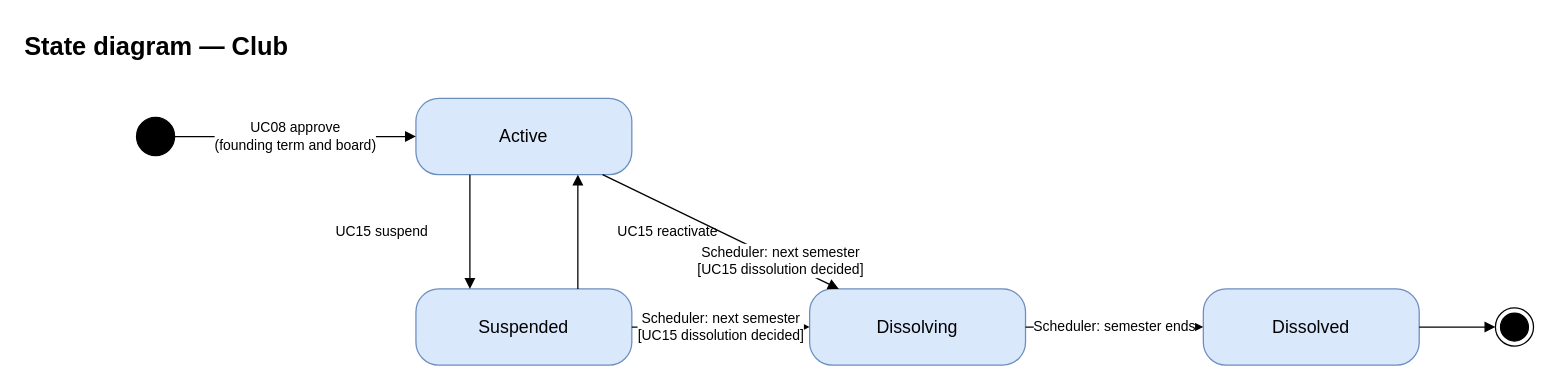
nvdekay/ClubManagementSystem keeps this draw.io diagram as page "Club" (2 of 9) of docs/03-diagrams/UCMS_State_Diagrams.drawio. Above is the earlier version. Source tidied: cells renumbered, new cells numbered last; positions are measured from the earlier drawing's top-left corner, leaving out a move shared by most shapes. Both pictures are drawn from the tidied source at 127%, with x=0, y=0 at pixel (22, 22).
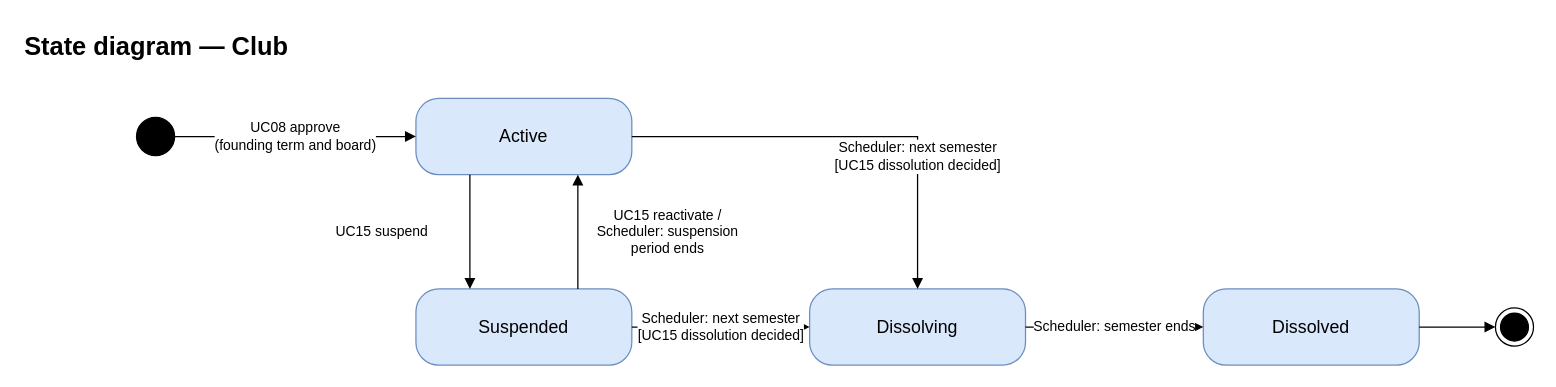
The same page after the edit.

The edit, as a diff of the source:
```diff
@@
 <mxGraphModel background="#ffffff">
   <root>
     <mxCell id="0" />
     <mxCell id="1" parent="0" />
     <mxCell id="2" value="State diagram — Club" style="text;html=1;fontSize=20;fontStyle=1;" parent="1" vertex="1">
       <mxGeometry width="600" height="30" as="geometry" />
     </mxCell>
     <mxCell id="3" value="Active" style="rounded=1;arcSize=30;whiteSpace=wrap;html=1;fillColor=#dae8fc;strokeColor=#6c8ebf;fontSize=14;" parent="1" vertex="1">
       <mxGeometry x="310" y="60" width="170" height="60" as="geometry" />
     </mxCell>
     <mxCell id="4" value="Suspended" style="rounded=1;arcSize=30;whiteSpace=wrap;html=1;fillColor=#dae8fc;strokeColor=#6c8ebf;fontSize=14;" parent="1" vertex="1">
       <mxGeometry x="310" y="210" width="170" height="60" as="geometry" />
     </mxCell>
     <mxCell id="5" value="Dissolving" style="rounded=1;arcSize=30;whiteSpace=wrap;html=1;fillColor=#dae8fc;strokeColor=#6c8ebf;fontSize=14;" parent="1" vertex="1">
       <mxGeometry x="620" y="210" width="170" height="60" as="geometry" />
     </mxCell>
     <mxCell id="6" value="Dissolved" style="rounded=1;arcSize=30;whiteSpace=wrap;html=1;fillColor=#dae8fc;strokeColor=#6c8ebf;fontSize=14;" parent="1" vertex="1">
       <mxGeometry x="930" y="210" width="170" height="60" as="geometry" />
     </mxCell>
     <mxCell id="7" style="ellipse;html=1;fillColor=#000000;strokeColor=#000000;" parent="1" vertex="1">
       <mxGeometry x="90" y="75" width="30" height="30" as="geometry" />
     </mxCell>
     <mxCell id="8" value="UC08 approve&lt;br&gt;(founding term and board)" style="endArrow=block;endFill=1;html=1;rounded=0;fontSize=11;labelBackgroundColor=#ffffff;" parent="1" edge="1" source="7" target="3">
       <mxGeometry relative="1" as="geometry" />
     </mxCell>
     <mxCell id="9" style="ellipse;html=1;shape=endState;fillColor=#000000;strokeColor=#000000;" parent="1" vertex="1">
       <mxGeometry x="1160" y="225" width="30" height="30" as="geometry" />
     </mxCell>
     <mxCell id="10" style="endArrow=block;endFill=1;html=1;rounded=0;fontSize=11;labelBackgroundColor=#ffffff;" parent="1" edge="1" source="6" target="9">
       <mxGeometry relative="1" as="geometry" />
     </mxCell>
     <mxCell id="11" value="UC15 suspend" style="endArrow=block;endFill=1;html=1;rounded=0;fontSize=11;labelBackgroundColor=#ffffff;exitX=0.25;exitY=1;entryX=0.25;entryY=0;" parent="1" edge="1" source="3" target="4">
       <mxGeometry relative="1" as="geometry">
         <mxPoint x="-70" as="offset" />
       </mxGeometry>
     </mxCell>
-    <mxCell id="12" value="UC15 reactivate" style="endArrow=block;endFill=1;html=1;rounded=0;fontSize=11;labelBackgroundColor=#ffffff;exitX=0.75;exitY=0;entryX=0.75;entryY=1;" parent="1" edge="1" source="4" target="3">
+    <mxCell id="12" value="UC15 reactivate /&lt;br&gt;Scheduler: suspension&lt;br&gt;period ends" style="endArrow=block;endFill=1;html=1;rounded=0;fontSize=11;labelBackgroundColor=#ffffff;exitX=0.75;exitY=0;entryX=0.75;entryY=1;" parent="1" edge="1" source="4" target="3">
       <mxGeometry relative="1" as="geometry">
         <mxPoint x="70" as="offset" />
       </mxGeometry>
     </mxCell>
-    <mxCell id="13" value="Scheduler: next semester&lt;br&gt;[UC15 dissolution decided]" style="endArrow=block;endFill=1;html=1;rounded=0;fontSize=11;labelBackgroundColor=#ffffff;" parent="1" edge="1" source="3" target="5">
-      <mxGeometry x="0.5" relative="1" as="geometry" />
+    <mxCell id="13" value="Scheduler: next semester&lt;br&gt;[UC15 dissolution decided]" style="endArrow=block;endFill=1;html=1;rounded=0;fontSize=11;labelBackgroundColor=#ffffff;edgeStyle=orthogonalEdgeStyle;exitX=1;exitY=0.5;exitDx=0;exitDy=0;entryX=0.5;entryY=0;entryDx=0;entryDy=0;" parent="1" edge="1" source="3" target="5">
+      <mxGeometry x="0.4" relative="1" as="geometry" />
     </mxCell>
     <mxCell id="14" value="Scheduler: next semester&lt;br&gt;[UC15 dissolution decided]" style="endArrow=block;endFill=1;html=1;rounded=0;fontSize=11;labelBackgroundColor=#ffffff;" parent="1" edge="1" source="4" target="5">
       <mxGeometry relative="1" as="geometry" />
     </mxCell>
     <mxCell id="15" value="Scheduler: semester ends" style="endArrow=block;endFill=1;html=1;rounded=0;fontSize=11;labelBackgroundColor=#ffffff;" parent="1" edge="1" source="5" target="6">
       <mxGeometry relative="1" as="geometry" />
     </mxCell>
   </root>
 </mxGraphModel>
```
